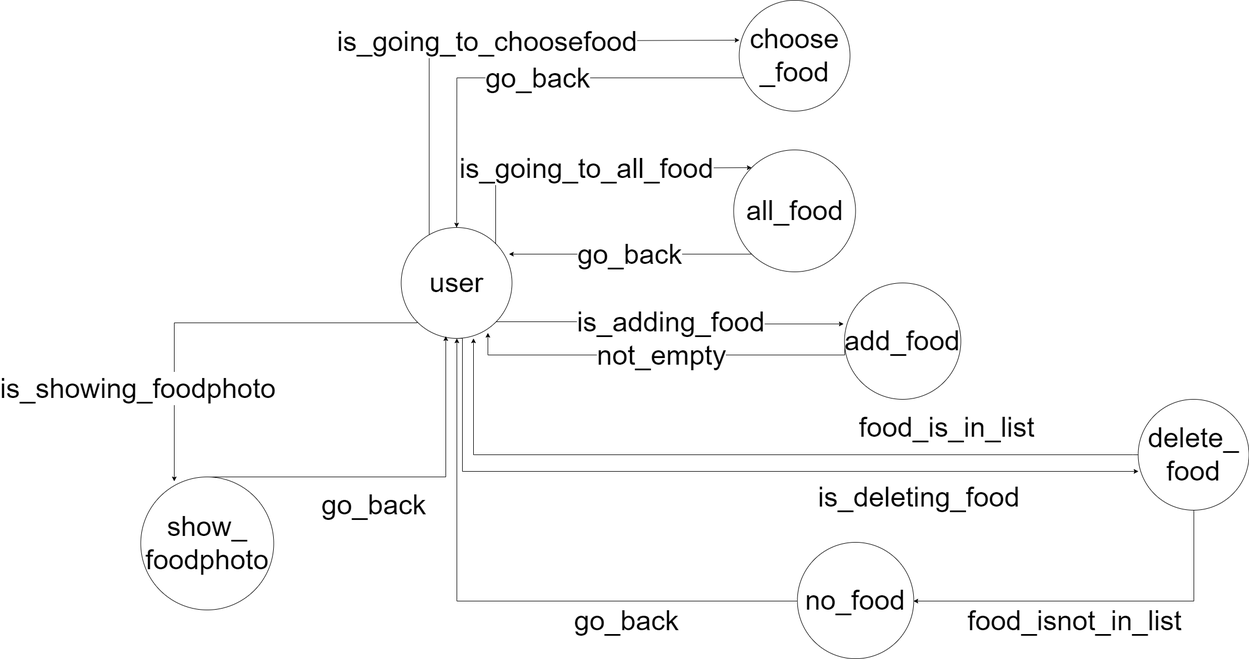
The draw.io diagram fsm.png in simpson0114/TOC-project, before a commit. Source tidied: cells renumbered, new cells last; positions are measured from the earlier drawing's top-left corner, leaving out a move shared by most shapes. Source of this version:
```xml
<mxGraphModel background="#ffffff">
  <root>
    <mxCell id="0" style="html=1;" />
    <mxCell id="1" style="html=1;" parent="0" />
    <mxCell id="2" value="is_going_to_choosefood" style="edgeStyle=orthogonalEdgeStyle;rounded=0;jettySize=auto;html=1;entryX=0;entryY=0.362;entryDx=0;entryDy=0;entryPerimeter=0;fontSize=50;" parent="1" edge="1" source="7" target="9">
      <mxGeometry relative="1" as="geometry">
        <Array as="points">
          <mxPoint x="520" y="73" />
        </Array>
      </mxGeometry>
    </mxCell>
    <mxCell id="3" value="is_going_to_all_food" style="edgeStyle=orthogonalEdgeStyle;rounded=0;jettySize=auto;html=1;exitX=1;exitY=0;exitDx=0;exitDy=0;entryX=0;entryY=0;entryDx=0;entryDy=0;fontSize=50;" parent="1" edge="1" source="7" target="11">
      <mxGeometry relative="1" as="geometry">
        <Array as="points">
          <mxPoint x="640" y="303" />
        </Array>
      </mxGeometry>
    </mxCell>
    <mxCell id="4" value="is_adding_food" style="edgeStyle=orthogonalEdgeStyle;rounded=0;jettySize=auto;html=1;exitX=1;exitY=1;exitDx=0;exitDy=0;fontSize=50;entryX=-0.007;entryY=0.35;entryDx=0;entryDy=0;entryPerimeter=0;" parent="1" edge="1" source="7" target="13">
      <mxGeometry relative="1" as="geometry" />
    </mxCell>
    <mxCell id="5" value="is_showing_foodphoto" style="edgeStyle=orthogonalEdgeStyle;rounded=0;jettySize=auto;html=1;fontSize=50;entryX=0.249;entryY=0.035;entryDx=0;entryDy=0;entryPerimeter=0;exitX=0;exitY=1;exitDx=0;exitDy=0;" parent="1" edge="1" source="7" target="18">
      <mxGeometry x="0.54" y="-65" relative="1" as="geometry">
        <Array as="points">
          <mxPoint x="60" y="581" />
        </Array>
      </mxGeometry>
    </mxCell>
    <mxCell id="6" style="edgeStyle=orthogonalEdgeStyle;rounded=0;jettySize=auto;html=1;exitX=0.5;exitY=1;exitDx=0;exitDy=0;fontSize=50;" parent="1" edge="1" source="7">
      <mxGeometry relative="1" as="geometry">
        <mxPoint x="1801" y="850" as="targetPoint" />
        <Array as="points">
          <mxPoint x="581" y="610" />
          <mxPoint x="581" y="850" />
        </Array>
      </mxGeometry>
    </mxCell>
    <mxCell id="7" value="user" style="ellipse;whiteSpace=wrap;html=1;fontSize=50;" parent="1" vertex="1">
      <mxGeometry x="470" y="410" width="200" height="200" as="geometry" />
    </mxCell>
    <mxCell id="8" value="go_back" style="edgeStyle=orthogonalEdgeStyle;rounded=0;jettySize=auto;html=1;exitX=0.06;exitY=0.715;exitDx=0;exitDy=0;fontSize=50;exitPerimeter=0;" parent="1" edge="1" source="9" target="7">
      <mxGeometry relative="1" as="geometry">
        <Array as="points">
          <mxPoint x="1110" y="143" />
          <mxPoint x="1110" y="140" />
          <mxPoint x="570" y="140" />
        </Array>
      </mxGeometry>
    </mxCell>
    <mxCell id="9" value="choose&lt;br&gt;_food" style="ellipse;whiteSpace=wrap;html=1;fontSize=50;" parent="1" vertex="1">
      <mxGeometry x="1080" width="200" height="200" as="geometry" />
    </mxCell>
    <mxCell id="10" value="go_back" style="edgeStyle=orthogonalEdgeStyle;rounded=0;jettySize=auto;html=1;exitX=0;exitY=1;exitDx=0;exitDy=0;entryX=0.97;entryY=0.238;entryDx=0;entryDy=0;entryPerimeter=0;fontSize=50;" parent="1" edge="1" source="11" target="7">
      <mxGeometry relative="1" as="geometry" />
    </mxCell>
    <mxCell id="11" value="all_food" style="ellipse;whiteSpace=wrap;html=1;fontSize=50;" parent="1" vertex="1">
      <mxGeometry x="1070" y="270" width="220" height="220" as="geometry" />
    </mxCell>
    <mxCell id="12" value="not_empty" style="edgeStyle=orthogonalEdgeStyle;rounded=0;jettySize=auto;html=1;exitX=0;exitY=0.5;exitDx=0;exitDy=0;entryX=0.783;entryY=0.945;entryDx=0;entryDy=0;entryPerimeter=0;fontSize=50;" parent="1" edge="1" source="13" target="7">
      <mxGeometry relative="1" as="geometry">
        <Array as="points">
          <mxPoint x="1271" y="640" />
          <mxPoint x="627" y="640" />
        </Array>
      </mxGeometry>
    </mxCell>
    <mxCell id="13" value="add_food" style="ellipse;whiteSpace=wrap;html=1;fontSize=50;" parent="1" vertex="1">
      <mxGeometry x="1270" y="510" width="210" height="210" as="geometry" />
    </mxCell>
    <mxCell id="14" value="food_is_in_list" style="edgeStyle=orthogonalEdgeStyle;rounded=0;jettySize=auto;html=1;exitX=0;exitY=0.5;exitDx=0;exitDy=0;entryX=0.65;entryY=1;entryDx=0;entryDy=0;entryPerimeter=0;fontSize=50;" parent="1" edge="1" source="16" target="7">
      <mxGeometry x="-0.51" y="-50" relative="1" as="geometry">
        <Array as="points">
          <mxPoint x="1791" y="820" />
          <mxPoint x="601" y="820" />
        </Array>
      </mxGeometry>
    </mxCell>
    <mxCell id="15" style="edgeStyle=orthogonalEdgeStyle;rounded=0;jettySize=auto;html=1;exitX=0.5;exitY=1;exitDx=0;exitDy=0;entryX=1;entryY=0.5;entryDx=0;entryDy=0;fontSize=50;" parent="1" edge="1" source="16" target="21">
      <mxGeometry relative="1" as="geometry" />
    </mxCell>
    <mxCell id="16" value="delete_&lt;br&gt;food" style="ellipse;whiteSpace=wrap;html=1;fontSize=50;" parent="1" vertex="1">
      <mxGeometry x="1800" y="720" width="200" height="200" as="geometry" />
    </mxCell>
    <mxCell id="17" value="go_back" style="edgeStyle=orthogonalEdgeStyle;rounded=0;jettySize=auto;html=1;exitX=0.5;exitY=0;exitDx=0;exitDy=0;entryX=0.403;entryY=0.978;entryDx=0;entryDy=0;entryPerimeter=0;fontSize=50;" parent="1" edge="1" source="18" target="7">
      <mxGeometry x="-0.12" y="-50" relative="1" as="geometry">
        <Array as="points">
          <mxPoint x="550" y="860" />
        </Array>
      </mxGeometry>
    </mxCell>
    <mxCell id="18" value="show_&lt;br&gt;foodphoto" style="ellipse;whiteSpace=wrap;html=1;fontSize=50;" parent="1" vertex="1">
      <mxGeometry y="860" width="240" height="240" as="geometry" />
    </mxCell>
    <mxCell id="19" value="is_deleting_food" style="text;html=1;fontSize=50;" parent="1" vertex="1">
      <mxGeometry x="1220" y="860" width="390" height="80" as="geometry" />
    </mxCell>
    <mxCell id="20" style="edgeStyle=orthogonalEdgeStyle;rounded=0;jettySize=auto;html=1;exitX=0;exitY=0.5;exitDx=0;exitDy=0;entryX=0.5;entryY=1;entryDx=0;entryDy=0;fontSize=50;" parent="1" edge="1" source="21" target="7">
      <mxGeometry relative="1" as="geometry" />
    </mxCell>
    <mxCell id="21" value="no_food" style="ellipse;whiteSpace=wrap;html=1;fontSize=50;" parent="1" vertex="1">
      <mxGeometry x="1185" y="978" width="210" height="210" as="geometry" />
    </mxCell>
    <mxCell id="22" value="food_isnot_in_list" style="text;html=1;fontSize=50;" parent="1" vertex="1">
      <mxGeometry x="1490" y="1083" width="410" height="80" as="geometry" />
    </mxCell>
    <mxCell id="23" value="go_back" style="text;html=1;fontSize=50;" parent="1" vertex="1">
      <mxGeometry x="780" y="1083" width="210" height="80" as="geometry" />
    </mxCell>
  </root>
</mxGraphModel>
```
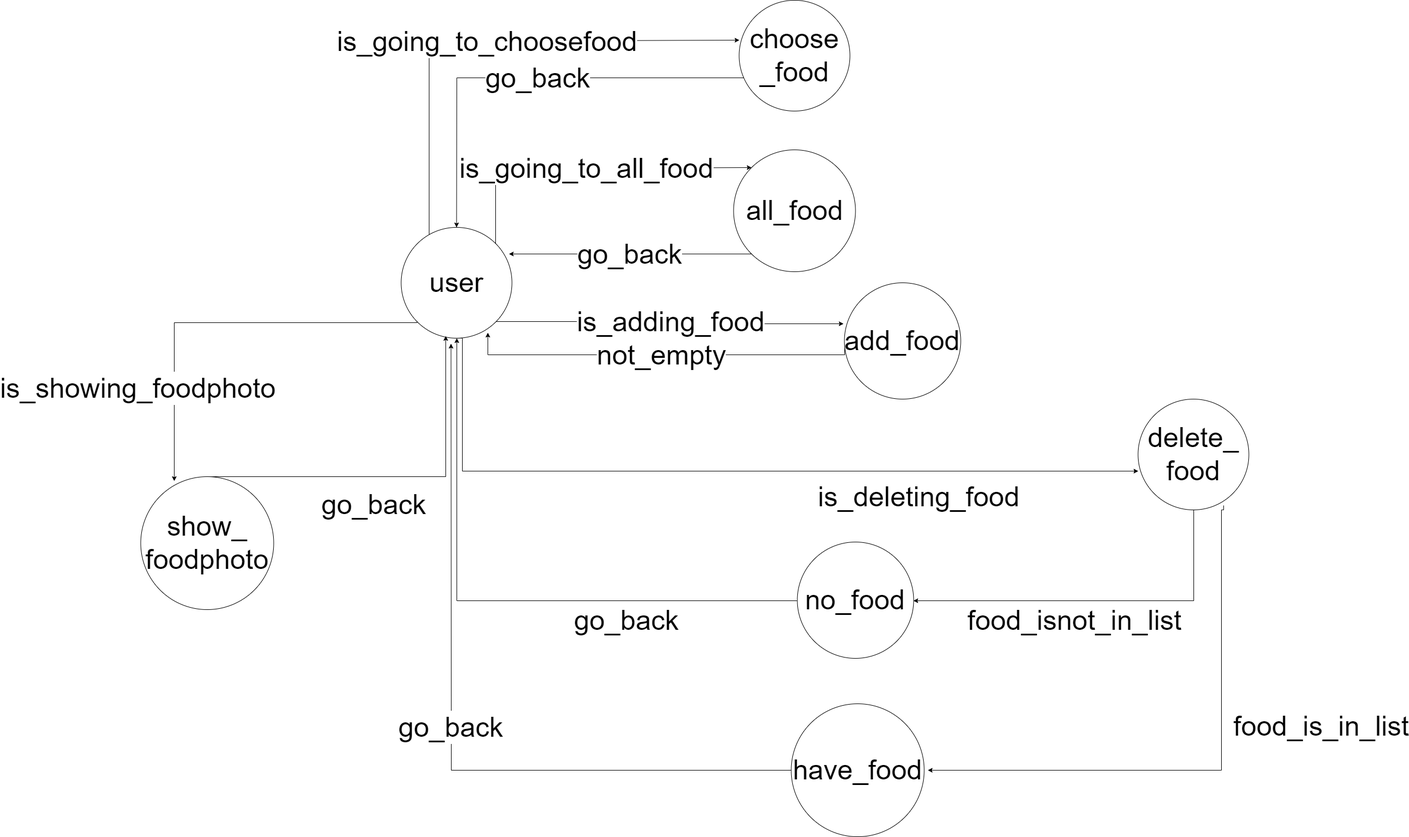
After the commit.

Change to the diagram source:
```diff
@@ -67,11 +67,13 @@
     <mxCell id="13" value="add_food" style="ellipse;whiteSpace=wrap;html=1;fontSize=50;" parent="1" vertex="1">
       <mxGeometry x="1270" y="510" width="210" height="210" as="geometry" />
     </mxCell>
-    <mxCell id="14" value="food_is_in_list" style="edgeStyle=orthogonalEdgeStyle;rounded=0;jettySize=auto;html=1;exitX=0;exitY=0.5;exitDx=0;exitDy=0;entryX=0.65;entryY=1;entryDx=0;entryDy=0;entryPerimeter=0;fontSize=50;" parent="1" edge="1" source="16" target="7">
-      <mxGeometry x="-0.51" y="-50" relative="1" as="geometry">
+    <mxCell id="14" value="food_is_in_list" style="edgeStyle=orthogonalEdgeStyle;rounded=0;jettySize=auto;html=1;exitX=0.775;exitY=0.958;exitDx=0;exitDy=0;fontSize=50;exitPerimeter=0;" parent="1" edge="1" source="16">
+      <mxGeometry x="-0.21" y="180" relative="1" as="geometry">
+        <mxPoint x="1421" y="1390" as="targetPoint" />
         <Array as="points">
-          <mxPoint x="1791" y="820" />
-          <mxPoint x="601" y="820" />
+          <mxPoint x="1955" y="920" />
+          <mxPoint x="1951" y="920" />
+          <mxPoint x="1951" y="1390" />
         </Array>
       </mxGeometry>
     </mxCell>
@@ -106,5 +108,13 @@
     <mxCell id="23" value="go_back" style="text;html=1;fontSize=50;" parent="1" vertex="1">
       <mxGeometry x="780" y="1083" width="210" height="80" as="geometry" />
     </mxCell>
+    <mxCell id="24" value="go_back" style="edgeStyle=orthogonalEdgeStyle;rounded=0;jettySize=auto;html=1;exitX=0;exitY=0.5;exitDx=0;exitDy=0;fontSize=50;" parent="1" edge="1" source="25">
+      <mxGeometry relative="1" as="geometry">
+        <mxPoint x="560" y="620" as="targetPoint" />
+      </mxGeometry>
+    </mxCell>
+    <mxCell id="25" value="have_food" style="ellipse;whiteSpace=wrap;html=1;fontSize=50;" parent="1" vertex="1">
+      <mxGeometry x="1174" y="1270" width="240" height="240" as="geometry" />
+    </mxCell>
   </root>
 </mxGraphModel>
```
